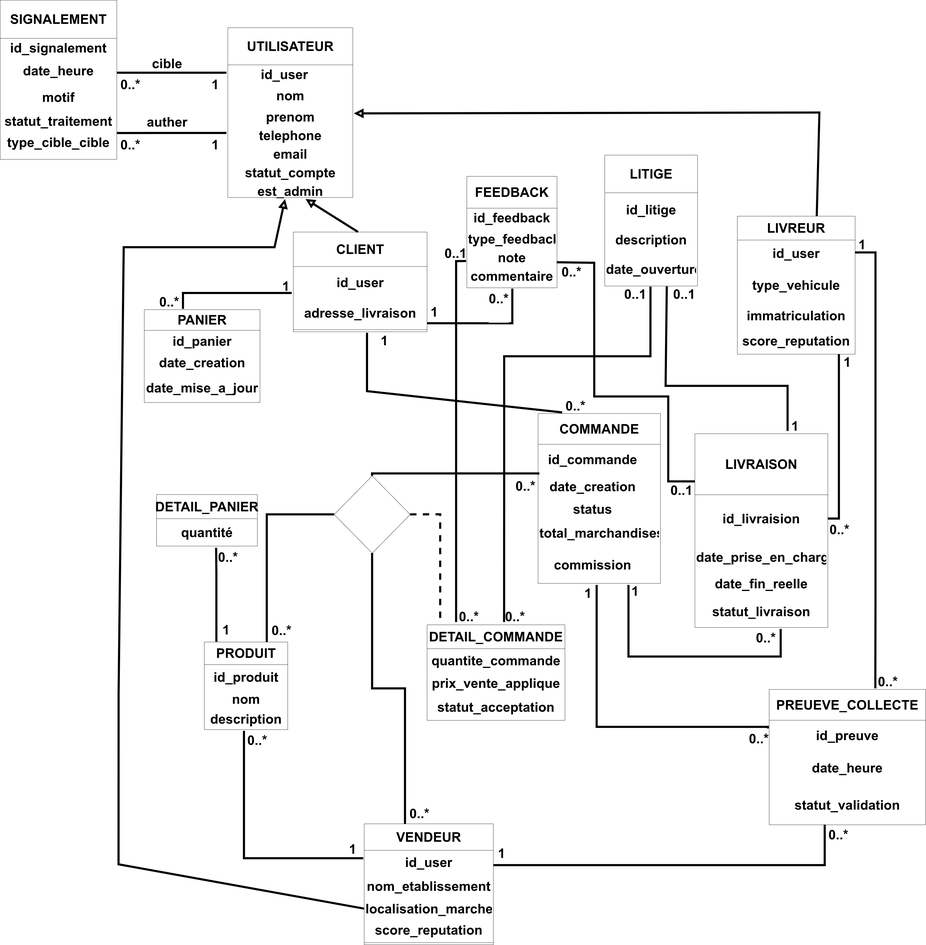
Above: model/diags/uml-class-diag.png in Grace37782/ViteComm (draw.io), before the change. Source tidied: cells renumbered, new cells last; positions are measured from the earlier drawing's top-left corner, leaving out a move shared by most shapes.
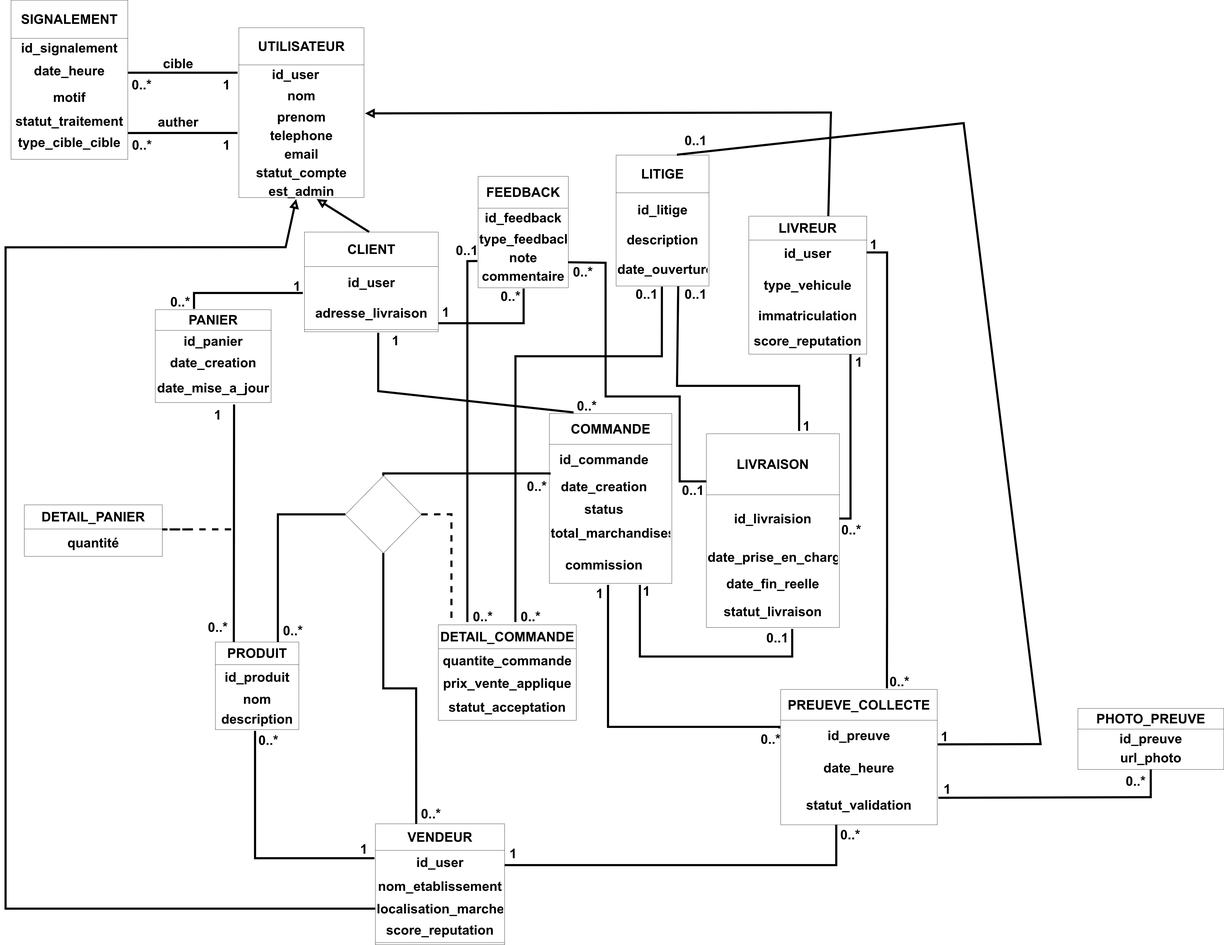
After the change.

Commit message:
updated architecture html file and the guide front end md file !

Diff of the diagram source:
```diff
@@ -23,9 +23,9 @@
     <mxCell id="6" style="endArrow=block;endSize=16;endFill=0;html=1;rounded=0;entryX=0.459;entryY=1.099;entryDx=0;entryDy=0;exitX=0;exitY=0.5;exitDx=0;exitDy=0;entryPerimeter=0;fontSize=50;align=center;fontStyle=1;verticalAlign=middle;strokeWidth=8;" parent="1" edge="1" source="68" target="115">
       <mxGeometry x="-0.27" y="-108" relative="1" as="geometry">
         <Array as="points">
-          <mxPoint x="447" y="3257" />
-          <mxPoint x="447.1" y="2614.7" />
-          <mxPoint x="466.4" y="931.6" />
+          <mxPoint x="-20" y="3424" />
+          <mxPoint x="-20" y="2634" />
+          <mxPoint x="-20" y="932" />
           <mxPoint x="1035.4" y="931.6" />
         </Array>
       </mxGeometry>
@@ -54,7 +54,7 @@
     </mxCell>
     <mxCell id="11" value="0..*&lt;div&gt;&lt;br&gt;&lt;/div&gt;" style="edgeLabel;html=1;align=center;verticalAlign=middle;fontSize=50;fontStyle=1;" parent="9" vertex="1">
       <mxGeometry x="1" relative="1" as="geometry">
-        <mxPoint x="-53" y="67" as="offset" />
+        <mxPoint x="-53" y="57" as="offset" />
       </mxGeometry>
     </mxCell>
     <mxCell id="12" value="COMMANDE" style="swimlane;fontStyle=1;horizontal=1;startSize=116;fillColor=none;whiteSpace=wrap;html=1;align=center;fontSize=50;verticalAlign=middle;" parent="1" vertex="1">
@@ -78,7 +78,7 @@
     <mxCell id="18" value="1" style="text;html=1;whiteSpace=wrap;strokeColor=none;fillColor=none;align=center;verticalAlign=middle;rounded=0;fontSize=50;fontStyle=1;" parent="1" vertex="1">
       <mxGeometry x="2337.1" y="2197.8" width="115.7" height="58.7" as="geometry" />
     </mxCell>
-    <mxCell id="19" value="0..*" style="text;html=1;whiteSpace=wrap;strokeColor=none;fillColor=none;align=center;verticalAlign=middle;rounded=0;fontSize=50;fontStyle=1;" parent="1" vertex="1">
+    <mxCell id="19" value="0..1" style="text;html=1;whiteSpace=wrap;strokeColor=none;fillColor=none;align=center;verticalAlign=middle;rounded=0;fontSize=50;fontStyle=1;" parent="1" vertex="1">
       <mxGeometry x="2830" y="2374" width="115.7" height="58.7" as="geometry" />
     </mxCell>
     <mxCell id="20" value="LIVREUR" style="swimlane;fontStyle=1;horizontal=1;startSize=90;fillColor=none;whiteSpace=wrap;html=1;align=center;fontSize=50;verticalAlign=middle;" parent="1" vertex="1">
@@ -211,22 +211,16 @@
       <mxGeometry x="580" y="1107.7" width="115.7" height="58.7" as="geometry" />
     </mxCell>
     <mxCell id="45" value="DETAIL_PANIER" style="swimlane;fontStyle=1;horizontal=1;startSize=91;fillColor=none;whiteSpace=wrap;html=1;fontSize=50;align=center;verticalAlign=middle;" parent="1" vertex="1">
-      <mxGeometry x="590" y="1863.1" width="380" height="194.1" as="geometry" />
+      <mxGeometry x="50" y="1901.9" width="520" height="194.1" as="geometry" />
     </mxCell>
-    <mxCell id="46" style="endArrow=none;html=1;rounded=0;exitX=0.068;exitY=0;exitDx=0;exitDy=0;exitPerimeter=0;fontSize=50;align=center;fontStyle=1;verticalAlign=middle;strokeWidth=8;" parent="1" edge="1">
-      <mxGeometry relative="1" as="geometry">
-        <mxPoint x="816" y="2418.2" as="sourcePoint" />
-        <mxPoint x="815" y="2064" as="targetPoint" />
-        <Array as="points">
-          <mxPoint x="816" y="2163.8" />
-        </Array>
-      </mxGeometry>
-    </mxCell>
+    <mxCell id="102" value="quantité" style="text;strokeColor=none;fillColor=none;align=center;verticalAlign=middle;spacingLeft=4;spacingRight=4;overflow=hidden;whiteSpace=wrap;html=1;fontSize=50;fontStyle=1;" parent="45" vertex="1">
+      <mxGeometry y="91" width="520" height="103.1" as="geometry" />
+    </mxCell>
     <mxCell id="47" value="1" style="text;html=1;whiteSpace=wrap;strokeColor=none;fillColor=none;align=center;verticalAlign=middle;rounded=0;fontSize=50;fontStyle=1;" parent="1" vertex="1">
-      <mxGeometry x="832.9" y="2344" width="38.6" height="58.7" as="geometry" />
+      <mxGeometry x="760" y="1534" width="38.6" height="58.7" as="geometry" />
     </mxCell>
     <mxCell id="48" value="0..*" style="text;html=1;whiteSpace=wrap;strokeColor=none;fillColor=none;align=center;verticalAlign=middle;rounded=0;fontSize=50;fontStyle=1;" parent="1" vertex="1">
-      <mxGeometry x="840" y="2069.6" width="38.6" height="58.7" as="geometry" />
+      <mxGeometry x="760" y="2334" width="38.6" height="58.7" as="geometry" />
     </mxCell>
     <mxCell id="49" style="endArrow=none;html=1;rounded=0;fontSize=50;align=center;fontStyle=1;verticalAlign=middle;strokeWidth=8;" parent="1" edge="1">
       <mxGeometry relative="1" as="geometry">
@@ -279,10 +273,10 @@
       </mxGeometry>
     </mxCell>
     <mxCell id="56" value="0..*" style="text;html=1;whiteSpace=wrap;strokeColor=none;fillColor=none;align=center;verticalAlign=middle;rounded=0;fontSize=50;fontStyle=1;" parent="1" vertex="1">
-      <mxGeometry x="1710" y="2294" width="115.7" height="58.7" as="geometry" />
+      <mxGeometry x="1720" y="2294" width="115.7" height="58.7" as="geometry" />
     </mxCell>
     <mxCell id="57" value="0..1" style="text;html=1;whiteSpace=wrap;strokeColor=none;fillColor=none;align=center;verticalAlign=middle;rounded=0;fontSize=50;fontStyle=1;" parent="1" vertex="1">
-      <mxGeometry x="1660" y="924.8" width="115.7" height="58.7" as="geometry" />
+      <mxGeometry x="1660" y="914" width="115.7" height="58.7" as="geometry" />
     </mxCell>
     <mxCell id="58" style="endArrow=none;html=1;rounded=0;entryX=0.494;entryY=1.021;entryDx=0;entryDy=0;entryPerimeter=0;fontSize=50;align=center;fontStyle=1;verticalAlign=middle;strokeWidth=8;" parent="1" edge="1" target="81">
       <mxGeometry relative="1" as="geometry">
@@ -295,7 +289,7 @@
       </mxGeometry>
     </mxCell>
     <mxCell id="59" value="0..*" style="text;html=1;whiteSpace=wrap;strokeColor=none;fillColor=none;align=center;verticalAlign=middle;rounded=0;fontSize=50;fontStyle=1;" parent="1" vertex="1">
-      <mxGeometry x="1884.3" y="2294" width="115.7" height="58.7" as="geometry" />
+      <mxGeometry x="1900" y="2294" width="115.7" height="58.7" as="geometry" />
     </mxCell>
     <mxCell id="60" value="0..1" style="text;html=1;whiteSpace=wrap;strokeColor=none;fillColor=none;align=center;verticalAlign=middle;rounded=0;fontSize=50;fontStyle=1;" parent="1" vertex="1">
       <mxGeometry x="2375.7" y="1092.7" width="38.6" height="31.3" as="geometry" />
@@ -444,9 +438,6 @@
     <mxCell id="101" value="date_mise_a_jour" style="text;strokeColor=none;fillColor=none;align=center;verticalAlign=middle;spacingLeft=4;spacingRight=4;overflow=hidden;whiteSpace=wrap;html=1;fontSize=50;fontStyle=1;" parent="1" vertex="1">
       <mxGeometry x="543.6" y="1406.4" width="436.4" height="110" as="geometry" />
     </mxCell>
-    <mxCell id="102" value="quantité" style="text;strokeColor=none;fillColor=none;align=center;verticalAlign=middle;spacingLeft=4;spacingRight=4;overflow=hidden;whiteSpace=wrap;html=1;fontSize=50;fontStyle=1;" parent="1" vertex="1">
-      <mxGeometry x="590" y="1954.1" width="380" height="103.1" as="geometry" />
-    </mxCell>
     <mxCell id="103" value="FEEDBACK" style="swimlane;fontStyle=1;horizontal=1;startSize=120;fillColor=none;whiteSpace=wrap;html=1;fontSize=50;align=center;" parent="1" vertex="1">
       <mxGeometry x="1760" y="664" width="340" height="420" as="geometry" />
     </mxCell>
@@ -541,5 +532,56 @@
     <mxCell id="129" value="cible" style="text;html=1;whiteSpace=wrap;strokeColor=none;fillColor=none;align=center;verticalAlign=middle;rounded=0;fontStyle=1;fontSize=50;" parent="1" vertex="1">
       <mxGeometry x="600" y="224" width="60" height="30" as="geometry" />
     </mxCell>
+    <mxCell id="130" style="endArrow=none;dashed=1;html=1;rounded=0;fontSize=50;align=center;fontStyle=1;verticalAlign=middle;strokeWidth=8;" parent="1" edge="1">
+      <mxGeometry relative="1" as="geometry">
+        <mxPoint x="670" y="1995" as="sourcePoint" />
+        <mxPoint x="830" y="1994.7" as="targetPoint" />
+        <Array as="points">
+          <mxPoint x="570" y="1995" />
+        </Array>
+      </mxGeometry>
+    </mxCell>
+    <mxCell id="131" style="endArrow=none;html=1;rounded=0;exitX=0.25;exitY=0;exitDx=0;exitDy=0;strokeWidth=8;" parent="1" edge="1">
+      <mxGeometry relative="1" as="geometry">
+        <mxPoint x="840" y="2418.9" as="sourcePoint" />
+        <mxPoint x="841" y="1524" as="targetPoint" />
+      </mxGeometry>
+    </mxCell>
+    <mxCell id="132" value="PHOTO_PREUVE" style="swimlane;fontStyle=1;horizontal=1;startSize=78;fillColor=none;whiteSpace=wrap;html=1;fontSize=50;align=center;" parent="1" vertex="1">
+      <mxGeometry x="4020" y="2668.9" width="550" height="230" as="geometry" />
+    </mxCell>
+    <mxCell id="133" value="id_preuve" style="text;strokeColor=none;fillColor=none;align=center;verticalAlign=top;spacingLeft=4;spacingRight=4;overflow=hidden;whiteSpace=wrap;html=1;fontSize=50;fontStyle=1;" parent="132" vertex="1">
+      <mxGeometry y="78" width="550" height="72" as="geometry" />
+    </mxCell>
+    <mxCell id="134" value="url_photo" style="text;strokeColor=none;fillColor=none;align=center;verticalAlign=top;spacingLeft=4;spacingRight=4;overflow=hidden;points=[[0,0.5],[1,0.5]];portConstraint=eastwest;whiteSpace=wrap;html=1;fontSize=50;fontStyle=1;" parent="132" vertex="1">
+      <mxGeometry y="150" width="550" height="80" as="geometry" />
+    </mxCell>
+    <mxCell id="135" style="endArrow=none;html=1;rounded=0;exitX=1.008;exitY=0.325;exitDx=0;exitDy=0;exitPerimeter=0;strokeWidth=8;" parent="1" edge="1" source="92" target="134">
+      <mxGeometry relative="1" as="geometry">
+        <Array as="points">
+          <mxPoint x="4295" y="3004" />
+        </Array>
+      </mxGeometry>
+    </mxCell>
+    <mxCell id="136" style="endArrow=none;html=1;rounded=0;exitX=0.656;exitY=-0.002;exitDx=0;exitDy=0;exitPerimeter=0;strokeWidth=8;entryX=1.004;entryY=0.802;entryDx=0;entryDy=0;entryPerimeter=0;" parent="1" edge="1" source="16" target="90">
+      <mxGeometry relative="1" as="geometry">
+        <Array as="points">
+          <mxPoint x="3590" y="464" />
+          <mxPoint x="3880" y="2804" />
+        </Array>
+      </mxGeometry>
+    </mxCell>
+    <mxCell id="137" value="0..1" style="text;html=1;whiteSpace=wrap;strokeColor=none;fillColor=none;align=center;verticalAlign=middle;rounded=0;fontSize=50;fontStyle=1;" parent="1" vertex="1">
+      <mxGeometry x="2557.1" y="514" width="45.7" height="30" as="geometry" />
+    </mxCell>
+    <mxCell id="138" value="1" style="text;html=1;whiteSpace=wrap;strokeColor=none;fillColor=none;align=center;verticalAlign=middle;rounded=0;fontSize=50;fontStyle=1;" parent="1" vertex="1">
+      <mxGeometry x="3460" y="2745.3" width="115.7" height="58.7" as="geometry" />
+    </mxCell>
+    <mxCell id="139" value="1" style="text;html=1;whiteSpace=wrap;strokeColor=none;fillColor=none;align=center;verticalAlign=middle;rounded=0;fontSize=50;fontStyle=1;" parent="1" vertex="1">
+      <mxGeometry x="3470" y="2944" width="115.7" height="58.7" as="geometry" />
+    </mxCell>
+    <mxCell id="140" value="0..*" style="text;html=1;whiteSpace=wrap;strokeColor=none;fillColor=none;align=center;verticalAlign=middle;rounded=0;fontSize=50;fontStyle=1;" parent="1" vertex="1">
+      <mxGeometry x="4180" y="2914" width="115.7" height="58.7" as="geometry" />
+    </mxCell>
   </root>
 </mxGraphModel>
```
